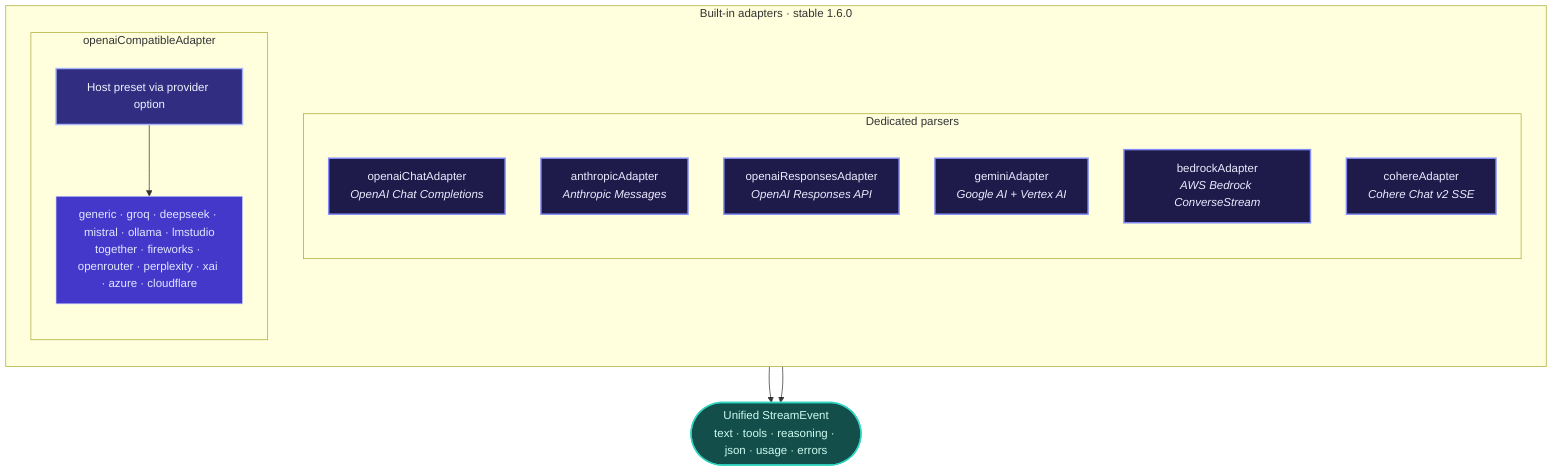
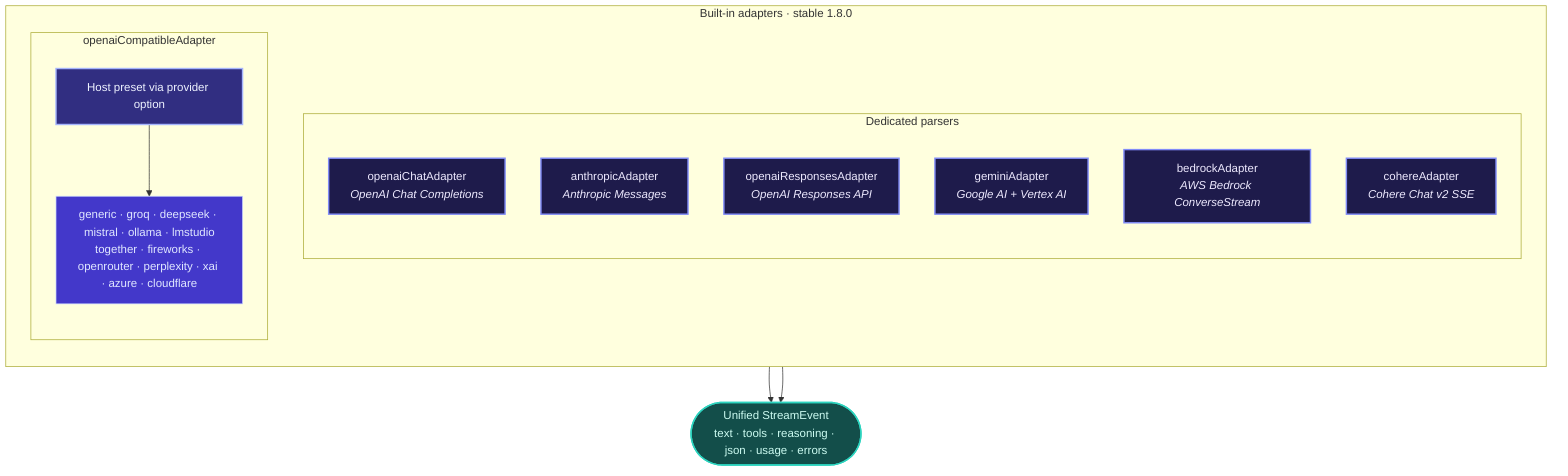
flowchart TB
- 	subgraph BUILTIN["Built-in adapters · stable 1.6.0"]
+ 	subgraph BUILTIN["Built-in adapters · stable 1.8.0"]
		direction TB

		subgraph DEDICATED["Dedicated parsers"]
			direction TB
			AC["openaiChatAdapter<br/><i>OpenAI Chat Completions</i>"]
			AA["anthropicAdapter<br/><i>Anthropic Messages</i>"]
			AR["openaiResponsesAdapter<br/><i>OpenAI Responses API</i>"]
			AG["geminiAdapter<br/><i>Google AI + Vertex AI</i>"]
			AB["bedrockAdapter<br/><i>AWS Bedrock ConverseStream</i>"]
			ACO["cohereAdapter<br/><i>Cohere Chat v2 SSE</i>"]
		end

		subgraph COMPAT["openaiCompatibleAdapter"]
			direction TB
			AO["Host preset via provider option"]
			PRESETS["generic · groq · deepseek · mistral · ollama · lmstudio<br/>together · fireworks · openrouter · perplexity · xai · azure · cloudflare"]
			AO --> PRESETS
		end
	end

	UNIFIED(["Unified StreamEvent<br/>text · tools · reasoning · json · usage · errors"])

	DEDICATED --> UNIFIED
	COMPAT --> UNIFIED

	classDef dedicated fill:#1e1b4b,stroke:#818cf8,stroke-width:2px,color:#ede9fe
	classDef compat fill:#312e81,stroke:#a5b4fc,stroke-width:2px,color:#eef2ff
	classDef presets fill:#4338ca,stroke:#c7d2fe,stroke-width:1px,color:#e0e7ff
	classDef out fill:#134e4a,stroke:#2dd4bf,stroke-width:2px,color:#ccfbf1

	class AC,AA,AR,AG,AB,ACO dedicated
	class AO compat
	class PRESETS presets
	class UNIFIED out
